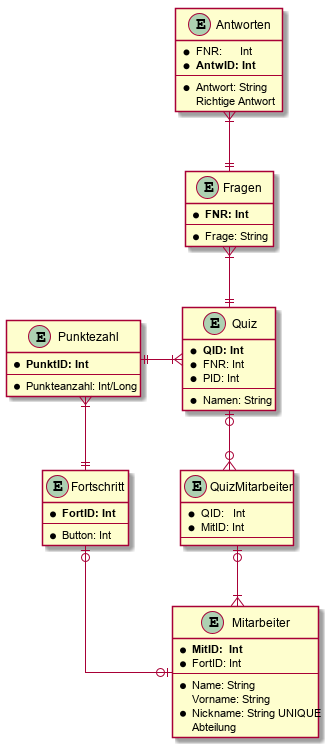
Earlier version of the PlantUML export documentation/diagram-classes.png (game-admin/game). Its diagram source:
```plantuml
@startuml
skinparam linetype ortho

entity Punktezahl {
    * **PunktID: Int**
    --
    * Punkteanzahl: Int/Long
}
together {

    entity Quiz {
        * **QID: Int**
        * FNR: Int
        * PID: Int
        --
        * Namen: String
    }

    entity QuizMitarbeiter {
        * QID:   Int
        * MitID: Int
        --
    }

    entity Mitarbeiter {
        * **MitID:  Int**
        * FortID: Int
        --
        * Name: String
        Vorname: String
        * Nickname: String UNIQUE
        Abteilung
    }

}

entity Fortschritt {
    * **FortID: Int**
    --
    * Button: Int
}

entity Fragen {
    * **FNR: Int**
    --
    * Frage: String
}

entity Antworten {
    * FNR:      Int
    * **AntwID: Int**
    --
    * Antwort: String
    Richtige Antwort
}





Antworten}|--||Fragen
Fragen}|--||Quiz
Quiz|o--o{QuizMitarbeiter
QuizMitarbeiter|o--|{Mitarbeiter
Quiz}|--||Punktezahl
Punktezahl}|--||Fortschritt
Fortschritt|o--o|Mitarbeiter

@enduml
```
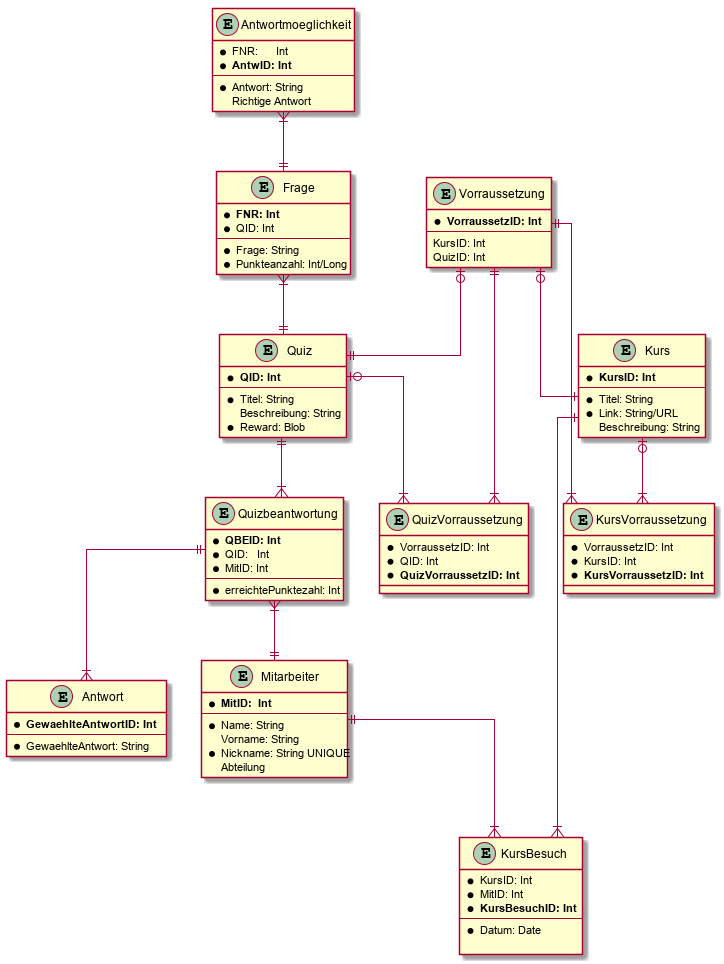
The same file after the commit.

Diff of the diagram source:
```diff
@@ -1,30 +1,27 @@
 @startuml
 skinparam linetype ortho
 
-entity Punktezahl {
-    * **PunktID: Int**
-    --
-    * Punkteanzahl: Int/Long
-}
+
 together {
 
     entity Quiz {
         * **QID: Int**
-        * FNR: Int
-        * PID: Int
         --
-        * Namen: String
+        * Titel: String
+        Beschreibung: String
+        * Reward: Blob
     }
 
-    entity QuizMitarbeiter {
+    entity Quizbeantwortung {
+        * **QBEID: Int**
         * QID:   Int
         * MitID: Int
         --
+        * erreichtePunktezahl: Int
     }
 
     entity Mitarbeiter {
         * **MitID:  Int**
-        * FortID: Int
         --
         * Name: String
         Vorname: String
@@ -34,19 +31,15 @@
 
 }
 
-entity Fortschritt {
-    * **FortID: Int**
+entity Frage {
+    * **FNR: Int**
+    * QID: Int
     --
-    * Button: Int
+    * Frage: String
+    * Punkteanzahl: Int/Long
 }
 
-entity Fragen {
-    * **FNR: Int**
-    --
-    * Frage: String
-}
-
-entity Antworten {
+entity Antwortmoeglichkeit {
     * FNR:      Int
     * **AntwID: Int**
     --
@@ -54,16 +47,60 @@
     Richtige Antwort
 }
 
+entity Antwort {
+    * **GewaehlteAntwortID: Int**
+    --
+    * GewaehlteAntwort: String
+}
+
+entity Kurs {
+    * **KursID: Int**
+    --
+    * Titel: String
+    * Link: String/URL
+    Beschreibung: String
+}
+
+entity KursBesuch {
+    * KursID: Int
+    * MitID: Int
+    * **KursBesuchID: Int**
+    --
+    * Datum: Date
+
+}
+
+entity KursVorraussetzung {
+    * VorraussetzID: Int
+    * KursID: Int
+    * **KursVorraussetzID: Int**
+}
+
+entity Vorraussetzung {
+    * **VorraussetzID: Int**
+    --
+    KursID: Int
+    QuizID: Int
+}
+
+entity QuizVorraussetzung {
+    * VorraussetzID: Int
+    * QID: Int
+    * **QuizVorraussetzID: Int**
+}
 
 
-
-
-Antworten}|--||Fragen
-Fragen}|--||Quiz
-Quiz|o--o{QuizMitarbeiter
-QuizMitarbeiter|o--|{Mitarbeiter
-Quiz}|--||Punktezahl
-Punktezahl}|--||Fortschritt
-Fortschritt|o--o|Mitarbeiter
-
+Antwortmoeglichkeit}|--||Frage
+Frage}|--||Quiz
+Quiz||--|{Quizbeantwortung
+Quizbeantwortung}|--||Mitarbeiter
+Quizbeantwortung||--|{Antwort
+Mitarbeiter||--|{KursBesuch
+Kurs||--|{KursBesuch
+Kurs|o--|{KursVorraussetzung
+Vorraussetzung||--|{KursVorraussetzung
+Vorraussetzung|o--||Quiz
+Vorraussetzung|o--||Kurs
+Quiz|o--|{QuizVorraussetzung
+Vorraussetzung||--|{QuizVorraussetzung
 @enduml
```
